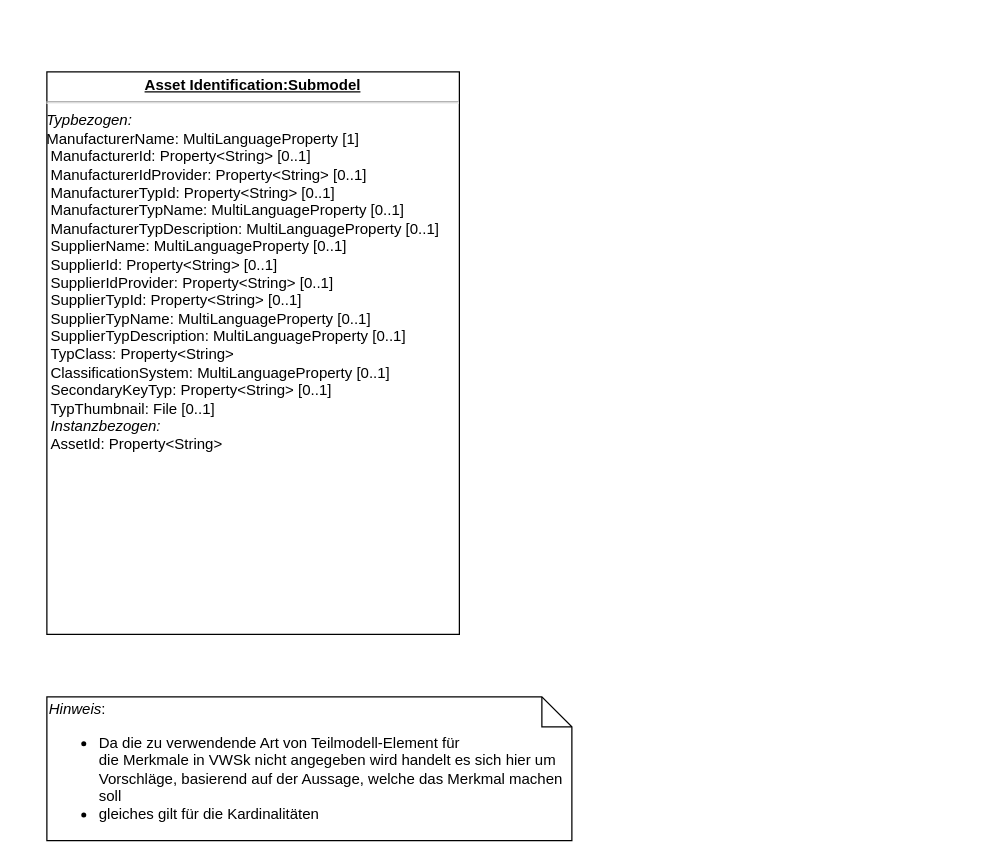
This is AssetIdentification.drawio from LucRome/T2000, a draw.io file, before an edit. Source tidied: cells renumbered, new cells numbered last; positions are measured from the earlier drawing's top-left corner, leaving out a move shared by most shapes. Both pictures are drawn from the tidied source at 125%, with x=0, y=0 at pixel (46, 71).
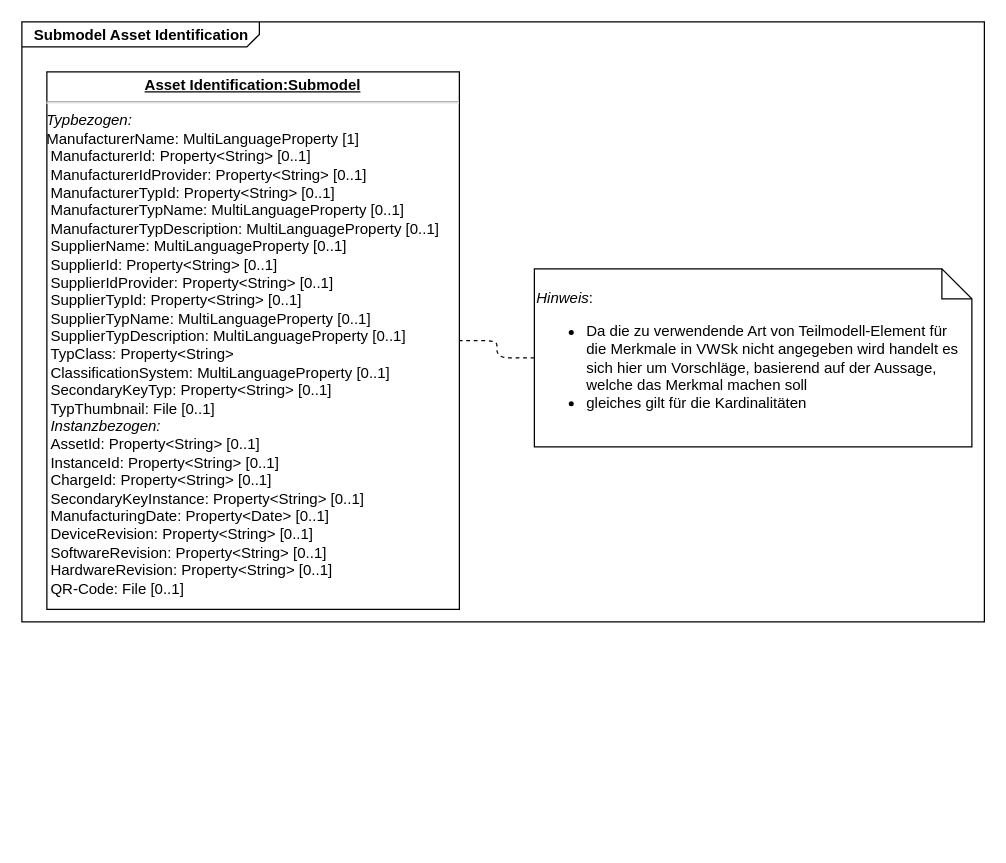
After the change.

The edit, as a diff of the source:
```diff
@@
 <mxGraphModel>
   <root>
     <mxCell id="0" />
     <mxCell id="1" parent="0" />
+    <mxCell id="4" value="&lt;p style=&quot;margin: 0px ; margin-top: 4px ; margin-left: 10px ; text-align: left&quot;&gt;&lt;b&gt;Submodel Asset Identification&lt;br&gt;&lt;/b&gt;&lt;/p&gt;" style="html=1;strokeWidth=1;shape=mxgraph.sysml.package;html=1;overflow=fill;whiteSpace=wrap;labelX=190;" parent="1" vertex="1">
+      <mxGeometry x="-20" y="-40" width="770" height="480" as="geometry" />
+    </mxCell>
-    <mxCell id="2" value="&lt;p style=&quot;margin: 0px ; margin-top: 4px ; text-align: center ; text-decoration: underline&quot;&gt;&lt;b&gt;Asset Identification:Submodel&lt;/b&gt;&lt;/p&gt;&lt;hr&gt;&lt;div&gt;&lt;i&gt;Typbezogen:&lt;/i&gt; &lt;br&gt;&lt;/div&gt;&lt;div&gt;ManufacturerName: MultiLanguageProperty [1]&lt;/div&gt;&lt;div&gt;&amp;nbsp;ManufacturerId: Property&amp;lt;String&amp;gt; [0..1]&lt;/div&gt;&lt;div&gt;&amp;nbsp;ManufacturerIdProvider: Property&amp;lt;String&amp;gt; [0..1]&lt;/div&gt;&lt;div&gt;&amp;nbsp;ManufacturerTypId: Property&amp;lt;String&amp;gt; [0..1]&lt;/div&gt;&lt;div&gt;&amp;nbsp;ManufacturerTypName: MultiLanguageProperty [0..1]&lt;/div&gt;&lt;div&gt;&amp;nbsp;ManufacturerTypDescription: MultiLanguageProperty [0..1]&lt;/div&gt;&lt;div&gt;&amp;nbsp;SupplierName: MultiLanguageProperty [0..1]&lt;/div&gt;&lt;div&gt;&amp;nbsp;SupplierId: Property&amp;lt;String&amp;gt; [0..1]&lt;br&gt;&lt;/div&gt;&lt;div&gt;&amp;nbsp;SupplierIdProvider: Property&amp;lt;String&amp;gt; [0..1]&lt;/div&gt;&lt;div&gt;&amp;nbsp;SupplierTypId: Property&amp;lt;String&amp;gt; [0..1]&lt;/div&gt;&lt;div&gt;&amp;nbsp;SupplierTypName: MultiLanguageProperty [0..1]&lt;/div&gt;&lt;div&gt;&amp;nbsp;SupplierTypDescription: MultiLanguageProperty [0..1]&lt;/div&gt;&lt;div&gt;&amp;nbsp;TypClass: Property&amp;lt;String&amp;gt;&lt;/div&gt;&lt;div&gt;&amp;nbsp;ClassificationSystem: MultiLanguageProperty [0..1]&lt;/div&gt;&lt;div&gt;&amp;nbsp;SecondaryKeyTyp: Property&amp;lt;String&amp;gt; [0..1]&lt;/div&gt;&lt;div&gt;&amp;nbsp;TypThumbnail: File [0..1]&lt;br&gt;&lt;/div&gt;&lt;div&gt;&amp;nbsp;&lt;i&gt;Instanzbezogen:&lt;/i&gt;&lt;/div&gt;&lt;div&gt;&amp;nbsp;AssetId: Property&amp;lt;String&amp;gt;&lt;br&gt;&lt;/div&gt;" style="verticalAlign=top;align=left;overflow=fill;fontSize=12;fontFamily=Helvetica;html=1;" parent="1" vertex="1">
-      <mxGeometry width="330" height="450" as="geometry" />
+    <mxCell id="2" value="&lt;p style=&quot;margin: 0px ; margin-top: 4px ; text-align: center ; text-decoration: underline&quot;&gt;&lt;b&gt;Asset Identification:Submodel&lt;/b&gt;&lt;/p&gt;&lt;hr&gt;&lt;div&gt;&lt;i&gt;Typbezogen:&lt;/i&gt; &lt;br&gt;&lt;/div&gt;&lt;div&gt;ManufacturerName: MultiLanguageProperty [1]&lt;/div&gt;&lt;div&gt;&amp;nbsp;ManufacturerId: Property&amp;lt;String&amp;gt; [0..1]&lt;/div&gt;&lt;div&gt;&amp;nbsp;ManufacturerIdProvider: Property&amp;lt;String&amp;gt; [0..1]&lt;/div&gt;&lt;div&gt;&amp;nbsp;ManufacturerTypId: Property&amp;lt;String&amp;gt; [0..1]&lt;/div&gt;&lt;div&gt;&amp;nbsp;ManufacturerTypName: MultiLanguageProperty [0..1]&lt;/div&gt;&lt;div&gt;&amp;nbsp;ManufacturerTypDescription: MultiLanguageProperty [0..1]&lt;/div&gt;&lt;div&gt;&amp;nbsp;SupplierName: MultiLanguageProperty [0..1]&lt;/div&gt;&lt;div&gt;&amp;nbsp;SupplierId: Property&amp;lt;String&amp;gt; [0..1]&lt;br&gt;&lt;/div&gt;&lt;div&gt;&amp;nbsp;SupplierIdProvider: Property&amp;lt;String&amp;gt; [0..1]&lt;/div&gt;&lt;div&gt;&amp;nbsp;SupplierTypId: Property&amp;lt;String&amp;gt; [0..1]&lt;/div&gt;&lt;div&gt;&amp;nbsp;SupplierTypName: MultiLanguageProperty [0..1]&lt;/div&gt;&lt;div&gt;&amp;nbsp;SupplierTypDescription: MultiLanguageProperty [0..1]&lt;/div&gt;&lt;div&gt;&amp;nbsp;TypClass: Property&amp;lt;String&amp;gt;&lt;/div&gt;&lt;div&gt;&amp;nbsp;ClassificationSystem: MultiLanguageProperty [0..1]&lt;/div&gt;&lt;div&gt;&amp;nbsp;SecondaryKeyTyp: Property&amp;lt;String&amp;gt; [0..1]&lt;/div&gt;&lt;div&gt;&amp;nbsp;TypThumbnail: File [0..1]&lt;br&gt;&lt;/div&gt;&lt;div&gt;&amp;nbsp;&lt;i&gt;Instanzbezogen:&lt;/i&gt;&lt;/div&gt;&lt;div&gt;&amp;nbsp;AssetId: Property&amp;lt;String&amp;gt; [0..1]&lt;br&gt;&lt;/div&gt;&lt;div&gt;&amp;nbsp;InstanceId: Property&amp;lt;String&amp;gt; [0..1]&lt;/div&gt;&lt;div&gt;&amp;nbsp;ChargeId: Property&amp;lt;String&amp;gt; [0..1]&lt;/div&gt;&lt;div&gt;&amp;nbsp;SecondaryKeyInstance: Property&amp;lt;String&amp;gt; [0..1]&lt;/div&gt;&lt;div&gt;&amp;nbsp;ManufacturingDate: Property&amp;lt;Date&amp;gt; [0..1]&lt;/div&gt;&lt;div&gt;&amp;nbsp;DeviceRevision: Property&amp;lt;String&amp;gt; [0..1]&lt;/div&gt;&lt;div&gt;&amp;nbsp;SoftwareRevision: Property&amp;lt;String&amp;gt; [0..1]&lt;/div&gt;&lt;div&gt;&amp;nbsp;HardwareRevision: Property&amp;lt;String&amp;gt; [0..1]&lt;/div&gt;&lt;div&gt;&amp;nbsp;QR-Code: File [0..1]&lt;br&gt;&lt;/div&gt;&lt;div&gt;&amp;nbsp;&lt;br&gt;&lt;/div&gt;" style="verticalAlign=top;align=left;overflow=fill;fontSize=12;fontFamily=Helvetica;html=1;" parent="1" vertex="1">
+      <mxGeometry width="330" height="430" as="geometry" />
     </mxCell>
     <mxCell id="3" value="&lt;div align=&quot;left&quot;&gt;&lt;i&gt;Hinweis&lt;/i&gt;: &lt;br&gt;&lt;ul&gt;&lt;li&gt;Da die zu verwendende Art von Teilmodell-Element für &lt;br&gt;die Merkmale in VWSk nicht angegeben wird handelt es sich hier um Vorschläge, basierend auf der Aussage, welche das Merkmal machen soll&lt;/li&gt;&lt;li&gt;gleiches gilt für die Kardinalitäten&lt;br&gt;&lt;/li&gt;&lt;/ul&gt;&lt;/div&gt;" style="shape=note;size=24;whiteSpace=wrap;html=1;align=left;" parent="1" vertex="1">
-      <mxGeometry y="500" width="420" height="115" as="geometry" />
+      <mxGeometry x="390" y="157.5" width="350" height="142.5" as="geometry" />
     </mxCell>
+    <mxCell id="5" style="endArrow=none;dashed=1;html=1;edgeStyle=orthogonalEdgeStyle;" parent="1" edge="1" source="3" target="2">
+      <mxGeometry relative="1" as="geometry" />
+    </mxCell>
   </root>
 </mxGraphModel>
```
